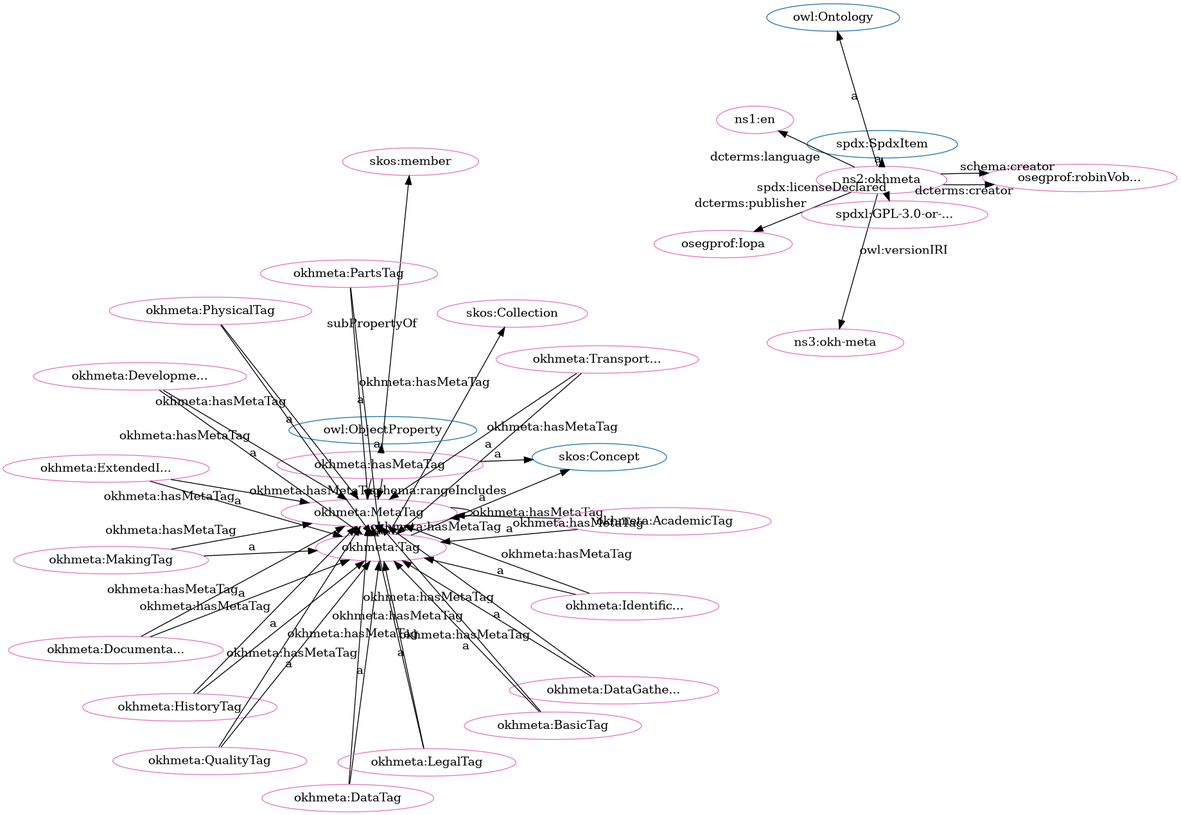
iop-alliance/OpenKnowHow keeps this Graphviz diagram as src/spec/fdp_okh-meta.png. Above is the earlier version. Its source is kept beside it as src/spec/fdp_okh-meta.dot.
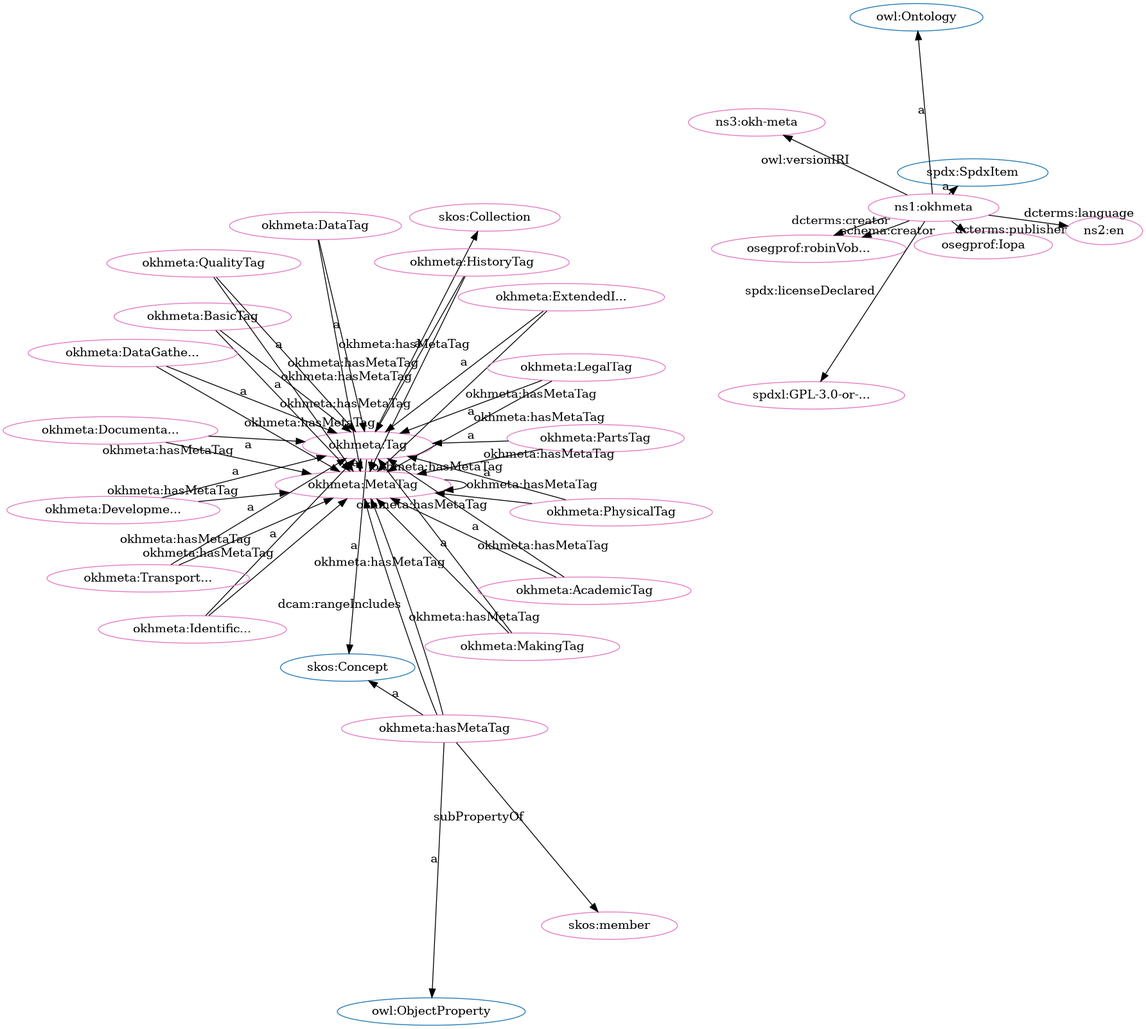
The same diagram one commit later.

The edit, as a diff of the source:
```diff
@@ -3,83 +3,82 @@
   node[height=.3]
 "http://www.w3.org/2002/07/owl#Ontology" [fillcolor="#1f77b4" color="#1f77b4" label="owl:Ontology"]
 "http://w3id.org/oseg/ont/okhmeta#Tag" [fillcolor="#1f77b4" color="#1f77b4" label="okhmeta:Tag"]
+"http://www.w3.org/2004/02/skos/core#Collection" [fillcolor="#1f77b4" color="#1f77b4" label="skos:Collection"]
 "http://www.w3.org/2004/02/skos/core#Concept" [fillcolor="#1f77b4" color="#1f77b4" label="skos:Concept"]
-"http://w3id.org/oseg/ont/okhmeta#MetaTag" [fillcolor="#1f77b4" color="#1f77b4" label="okhmeta:MetaTag"]
+"http://spdx.org/rdf/terms#SpdxItem" [fillcolor="#1f77b4" color="#1f77b4" label="spdx:SpdxItem"]
 "http://www.w3.org/2002/07/owl#ObjectProperty" [fillcolor="#1f77b4" color="#1f77b4" label="owl:ObjectProperty"]
-"http://spdx.org/rdf/terms#SpdxItem" [fillcolor="#1f77b4" color="#1f77b4" label="spdx:SpdxItem"]
-"http://www.w3.org/2004/02/skos/core#Collection" [fillcolor="#1f77b4" color="#1f77b4" label="skos:Collection"]
+"http://www.w3.org/2004/02/skos/core#Collection" [fillcolor="#e377c2" color="#e377c2" label="skos:Collection"]
+"http://w3id.org/oseg/ont/okhmeta#Tag" [fillcolor="#e377c2" color="#e377c2" label="okhmeta:Tag"]
+"http://w3id.org/oseg/ont/oseg-profiles#robinVobruba" [fillcolor="#e377c2" color="#e377c2" label="osegprof:robinVob..."]
+"http://w3id.org/oseg/ont/okhmeta#MetaTag" [fillcolor="#e377c2" color="#e377c2" label="okhmeta:MetaTag"]
+"http://w3id.org/oseg/ont/okhmeta#BasicTag" [fillcolor="#e377c2" color="#e377c2" label="okhmeta:BasicTag"]
+"http://w3id.org/oseg/ont/okhmeta#MakingTag" [fillcolor="#e377c2" color="#e377c2" label="okhmeta:MakingTag"]
+"http://w3id.org/oseg/ont/okhmeta#PhysicalTag" [fillcolor="#e377c2" color="#e377c2" label="okhmeta:PhysicalTag"]
+"http://w3id.org/oseg/ont/okhmeta#IdentificationTag" [fillcolor="#e377c2" color="#e377c2" label="okhmeta:Identific..."]
+"http://w3id.org/oseg/ont/okhmeta" [fillcolor="#e377c2" color="#e377c2" label="ns1:okhmeta"]
+"http://w3id.org/oseg/ont/okhmeta#hasMetaTag" [fillcolor="#e377c2" color="#e377c2" label="okhmeta:hasMetaTag"]
+"http://www.w3.org/2004/02/skos/core#member" [fillcolor="#e377c2" color="#e377c2" label="skos:member"]
+"http://w3id.org/oseg/ont/okhmeta#DataGatheringTag" [fillcolor="#e377c2" color="#e377c2" label="okhmeta:DataGathe..."]
 "http://w3id.org/oseg/ont/okhmeta#HistoryTag" [fillcolor="#e377c2" color="#e377c2" label="okhmeta:HistoryTag"]
-"http://w3id.org/oseg/ont/okhmeta#MetaTag" [fillcolor="#e377c2" color="#e377c2" label="okhmeta:MetaTag"]
-"http://www.w3.org/2004/02/skos/core#Collection" [fillcolor="#e377c2" color="#e377c2" label="skos:Collection"]
+"http://w3id.org/oseg/ont/okhmeta#DataTag" [fillcolor="#e377c2" color="#e377c2" label="okhmeta:DataTag"]
+"http://w3id.org/oseg/ont/okhmeta#PartsTag" [fillcolor="#e377c2" color="#e377c2" label="okhmeta:PartsTag"]
+"http://w3id.org/oseg/ont/okhmeta#DocumentationTag" [fillcolor="#e377c2" color="#e377c2" label="okhmeta:Documenta..."]
+"http://id.loc.gov/vocabulary/iso639-1/en" [fillcolor="#e377c2" color="#e377c2" label="ns2:en"]
+"http://w3id.org/oseg/ont/1.1.0/okh-meta" [fillcolor="#e377c2" color="#e377c2" label="ns3:okh-meta"]
+"http://w3id.org/oseg/ont/okhmeta#AcademicTag" [fillcolor="#e377c2" color="#e377c2" label="okhmeta:AcademicTag"]
+"http://spdx.org/licenses/GPL-3.0-or-later" [fillcolor="#e377c2" color="#e377c2" label="spdxl:GPL-3.0-or-..."]
+"http://w3id.org/oseg/ont/okhmeta#QualityTag" [fillcolor="#e377c2" color="#e377c2" label="okhmeta:QualityTag"]
 "http://w3id.org/oseg/ont/okhmeta#ExtendedInfoTag" [fillcolor="#e377c2" color="#e377c2" label="okhmeta:ExtendedI..."]
-"http://w3id.org/oseg/ont/okhmeta#Tag" [fillcolor="#e377c2" color="#e377c2" label="okhmeta:Tag"]
-"http://w3id.org/oseg/ont/okhmeta#hasMetaTag" [fillcolor="#e377c2" color="#e377c2" label="okhmeta:hasMetaTag"]
-"http://w3id.org/oseg/ont/okhmeta#DocumentationTag" [fillcolor="#e377c2" color="#e377c2" label="okhmeta:Documenta..."]
-"http://www.w3.org/2004/02/skos/core#member" [fillcolor="#e377c2" color="#e377c2" label="skos:member"]
-"http://w3id.org/oseg/ont/okhmeta#DataTag" [fillcolor="#e377c2" color="#e377c2" label="okhmeta:DataTag"]
+"http://w3id.org/oseg/ont/okhmeta#LegalTag" [fillcolor="#e377c2" color="#e377c2" label="okhmeta:LegalTag"]
 "http://w3id.org/oseg/ont/okhmeta#DevelopmentTag" [fillcolor="#e377c2" color="#e377c2" label="okhmeta:Developme..."]
 "http://w3id.org/oseg/ont/oseg-profiles#Iopa" [fillcolor="#e377c2" color="#e377c2" label="osegprof:Iopa"]
-"http://w3id.org/oseg/ont/okhmeta#LegalTag" [fillcolor="#e377c2" color="#e377c2" label="okhmeta:LegalTag"]
-"http://w3id.org/oseg/ont/okhmeta#DataGatheringTag" [fillcolor="#e377c2" color="#e377c2" label="okhmeta:DataGathe..."]
-"http://id.loc.gov/vocabulary/iso639-1/en" [fillcolor="#e377c2" color="#e377c2" label="ns1:en"]
 "http://w3id.org/oseg/ont/okhmeta#TransportationTag" [fillcolor="#e377c2" color="#e377c2" label="okhmeta:Transport..."]
-"http://w3id.org/oseg/ont/oseg-profiles#robinVobruba" [fillcolor="#e377c2" color="#e377c2" label="osegprof:robinVob..."]
-"http://w3id.org/oseg/ont/okhmeta" [fillcolor="#e377c2" color="#e377c2" label="ns2:okhmeta"]
-"http://w3id.org/oseg/ont/1.1.0/okh-meta" [fillcolor="#e377c2" color="#e377c2" label="ns3:okh-meta"]
-"http://w3id.org/oseg/ont/okhmeta#IdentificationTag" [fillcolor="#e377c2" color="#e377c2" label="okhmeta:Identific..."]
-"http://w3id.org/oseg/ont/okhmeta#MakingTag" [fillcolor="#e377c2" color="#e377c2" label="okhmeta:MakingTag"]
-"http://w3id.org/oseg/ont/okhmeta#AcademicTag" [fillcolor="#e377c2" color="#e377c2" label="okhmeta:AcademicTag"]
-"http://w3id.org/oseg/ont/okhmeta#PartsTag" [fillcolor="#e377c2" color="#e377c2" label="okhmeta:PartsTag"]
-"http://w3id.org/oseg/ont/okhmeta#PhysicalTag" [fillcolor="#e377c2" color="#e377c2" label="okhmeta:PhysicalTag"]
-"http://spdx.org/licenses/GPL-3.0-or-later" [fillcolor="#e377c2" color="#e377c2" label="spdxl:GPL-3.0-or-..."]
-"http://w3id.org/oseg/ont/okhmeta#BasicTag" [fillcolor="#e377c2" color="#e377c2" label="okhmeta:BasicTag"]
-"http://w3id.org/oseg/ont/okhmeta#QualityTag" [fillcolor="#e377c2" color="#e377c2" label="okhmeta:QualityTag"]
+  "http://w3id.org/oseg/ont/okhmeta#Tag" -> "http://www.w3.org/2004/02/skos/core#Collection" [label=""]
+  "http://w3id.org/oseg/ont/okhmeta#Tag" -> "http://www.w3.org/2004/02/skos/core#Concept" [label="a"]
+  "http://w3id.org/oseg/ont/okhmeta#MakingTag" -> "http://w3id.org/oseg/ont/okhmeta#MetaTag" [label="okhmeta:hasMetaTag"]
+  "http://w3id.org/oseg/ont/okhmeta#BasicTag" -> "http://w3id.org/oseg/ont/okhmeta#Tag" [label="a"]
+  "http://w3id.org/oseg/ont/okhmeta#AcademicTag" -> "http://w3id.org/oseg/ont/okhmeta#MetaTag" [label="okhmeta:hasMetaTag"]
+  "http://w3id.org/oseg/ont/okhmeta#PhysicalTag" -> "http://w3id.org/oseg/ont/okhmeta#Tag" [label="a"]
+  "http://w3id.org/oseg/ont/okhmeta#IdentificationTag" -> "http://w3id.org/oseg/ont/okhmeta#Tag" [label="a"]
+  "http://w3id.org/oseg/ont/okhmeta#hasMetaTag" -> "http://www.w3.org/2002/07/owl#ObjectProperty" [label="a"]
+  "http://w3id.org/oseg/ont/okhmeta#MetaTag" -> "http://w3id.org/oseg/ont/okhmeta#MetaTag" [label="okhmeta:hasMetaTag"]
+  "http://w3id.org/oseg/ont/okhmeta#LegalTag" -> "http://w3id.org/oseg/ont/okhmeta#MetaTag" [label="okhmeta:hasMetaTag"]
+  "http://w3id.org/oseg/ont/okhmeta#hasMetaTag" -> "http://www.w3.org/2004/02/skos/core#member" [label="subPropertyOf"]
+  "http://w3id.org/oseg/ont/okhmeta#DataTag" -> "http://w3id.org/oseg/ont/okhmeta#MetaTag" [label="okhmeta:hasMetaTag"]
   "http://w3id.org/oseg/ont/okhmeta#HistoryTag" -> "http://w3id.org/oseg/ont/okhmeta#Tag" [label="a"]
+  "http://w3id.org/oseg/ont/okhmeta#DataTag" -> "http://w3id.org/oseg/ont/okhmeta#Tag" [label="a"]
+  "http://w3id.org/oseg/ont/okhmeta#hasMetaTag" -> "http://w3id.org/oseg/ont/okhmeta#MetaTag" [label="dcam:rangeIncludes"]
+  "http://w3id.org/oseg/ont/okhmeta#DocumentationTag" -> "http://w3id.org/oseg/ont/okhmeta#MetaTag" [label="okhmeta:hasMetaTag"]
+  "http://w3id.org/oseg/ont/okhmeta#BasicTag" -> "http://w3id.org/oseg/ont/okhmeta#MetaTag" [label="okhmeta:hasMetaTag"]
+  "http://w3id.org/oseg/ont/okhmeta" -> "http://id.loc.gov/vocabulary/iso639-1/en" [label="dcterms:language"]
+  "http://w3id.org/oseg/ont/okhmeta#PhysicalTag" -> "http://w3id.org/oseg/ont/okhmeta#MetaTag" [label="okhmeta:hasMetaTag"]
+  "http://w3id.org/oseg/ont/okhmeta" -> "http://spdx.org/licenses/GPL-3.0-or-later" [label="spdx:licenseDeclared"]
+  "http://w3id.org/oseg/ont/okhmeta#QualityTag" -> "http://w3id.org/oseg/ont/okhmeta#MetaTag" [label="okhmeta:hasMetaTag"]
+  "http://w3id.org/oseg/ont/okhmeta#hasMetaTag" -> "http://www.w3.org/2004/02/skos/core#Concept" [label="a"]
+  "http://w3id.org/oseg/ont/okhmeta#ExtendedInfoTag" -> "http://w3id.org/oseg/ont/okhmeta#Tag" [label="a"]
+  "http://w3id.org/oseg/ont/okhmeta" -> "http://spdx.org/rdf/terms#SpdxItem" [label="a"]
+  "http://w3id.org/oseg/ont/okhmeta#LegalTag" -> "http://w3id.org/oseg/ont/okhmeta#Tag" [label="a"]
+  "http://w3id.org/oseg/ont/okhmeta#DevelopmentTag" -> "http://w3id.org/oseg/ont/okhmeta#Tag" [label="a"]
+  "http://w3id.org/oseg/ont/okhmeta#TransportationTag" -> "http://w3id.org/oseg/ont/okhmeta#MetaTag" [label="okhmeta:hasMetaTag"]
+  "http://w3id.org/oseg/ont/okhmeta" -> "http://w3id.org/oseg/ont/oseg-profiles#robinVobruba" [label="dcterms:creator"]
+  "http://w3id.org/oseg/ont/okhmeta#MakingTag" -> "http://w3id.org/oseg/ont/okhmeta#Tag" [label="a"]
   "http://w3id.org/oseg/ont/okhmeta#Tag" -> "http://w3id.org/oseg/ont/okhmeta#MetaTag" [label="okhmeta:hasMetaTag"]
-  "http://w3id.org/oseg/ont/okhmeta#Tag" -> "http://www.w3.org/2004/02/skos/core#Collection" [label=""]
-  "http://w3id.org/oseg/ont/okhmeta#IdentificationTag" -> "http://w3id.org/oseg/ont/okhmeta#MetaTag" [label="okhmeta:hasMetaTag"]
-  "http://w3id.org/oseg/ont/okhmeta#Tag" -> "http://www.w3.org/2004/02/skos/core#Concept" [label="a"]
-  "http://w3id.org/oseg/ont/okhmeta#hasMetaTag" -> "http://www.w3.org/2004/02/skos/core#Concept" [label="a"]
+  "http://w3id.org/oseg/ont/okhmeta" -> "http://www.w3.org/2002/07/owl#Ontology" [label="a"]
+  "http://w3id.org/oseg/ont/okhmeta#DataGatheringTag" -> "http://w3id.org/oseg/ont/okhmeta#MetaTag" [label="okhmeta:hasMetaTag"]
+  "http://w3id.org/oseg/ont/okhmeta" -> "http://w3id.org/oseg/ont/oseg-profiles#robinVobruba" [label="schema:creator"]
+  "http://w3id.org/oseg/ont/okhmeta#HistoryTag" -> "http://w3id.org/oseg/ont/okhmeta#MetaTag" [label="okhmeta:hasMetaTag"]
+  "http://w3id.org/oseg/ont/okhmeta#DataGatheringTag" -> "http://w3id.org/oseg/ont/okhmeta#Tag" [label="a"]
   "http://w3id.org/oseg/ont/okhmeta#DevelopmentTag" -> "http://w3id.org/oseg/ont/okhmeta#MetaTag" [label="okhmeta:hasMetaTag"]
-  "http://w3id.org/oseg/ont/okhmeta#DevelopmentTag" -> "http://w3id.org/oseg/ont/okhmeta#Tag" [label="a"]
-  "http://w3id.org/oseg/ont/okhmeta#LegalTag" -> "http://w3id.org/oseg/ont/okhmeta#Tag" [label="a"]
-  "http://w3id.org/oseg/ont/okhmeta#TransportationTag" -> "http://w3id.org/oseg/ont/okhmeta#Tag" [label="a"]
-  "http://w3id.org/oseg/ont/okhmeta#QualityTag" -> "http://w3id.org/oseg/ont/okhmeta#MetaTag" [label="okhmeta:hasMetaTag"]
-  "http://w3id.org/oseg/ont/okhmeta#hasMetaTag" -> "http://w3id.org/oseg/ont/okhmeta#MetaTag" [label="okhmeta:hasMetaTag"]
-  "http://w3id.org/oseg/ont/okhmeta" -> "http://www.w3.org/2002/07/owl#Ontology" [label="a"]
+  "http://w3id.org/oseg/ont/okhmeta#PartsTag" -> "http://w3id.org/oseg/ont/okhmeta#Tag" [label="a"]
+  "http://w3id.org/oseg/ont/okhmeta#DocumentationTag" -> "http://w3id.org/oseg/ont/okhmeta#Tag" [label="a"]
+  "http://w3id.org/oseg/ont/okhmeta" -> "http://w3id.org/oseg/ont/1.1.0/okh-meta" [label="owl:versionIRI"]
+  "http://w3id.org/oseg/ont/okhmeta#AcademicTag" -> "http://w3id.org/oseg/ont/okhmeta#Tag" [label="a"]
   "http://w3id.org/oseg/ont/okhmeta#ExtendedInfoTag" -> "http://w3id.org/oseg/ont/okhmeta#MetaTag" [label="okhmeta:hasMetaTag"]
-  "http://w3id.org/oseg/ont/okhmeta" -> "http://spdx.org/rdf/terms#SpdxItem" [label="a"]
-  "http://w3id.org/oseg/ont/okhmeta#IdentificationTag" -> "http://w3id.org/oseg/ont/okhmeta#Tag" [label="a"]
-  "http://w3id.org/oseg/ont/okhmeta#AcademicTag" -> "http://w3id.org/oseg/ont/okhmeta#MetaTag" [label="okhmeta:hasMetaTag"]
-  "http://w3id.org/oseg/ont/okhmeta#AcademicTag" -> "http://w3id.org/oseg/ont/okhmeta#Tag" [label="a"]
-  "http://w3id.org/oseg/ont/okhmeta#DataTag" -> "http://w3id.org/oseg/ont/okhmeta#MetaTag" [label="okhmeta:hasMetaTag"]
-  "http://w3id.org/oseg/ont/okhmeta#hasMetaTag" -> "http://www.w3.org/2002/07/owl#ObjectProperty" [label="a"]
-  "http://w3id.org/oseg/ont/okhmeta#DataGatheringTag" -> "http://w3id.org/oseg/ont/okhmeta#MetaTag" [label="okhmeta:hasMetaTag"]
-  "http://w3id.org/oseg/ont/okhmeta#MetaTag" -> "http://w3id.org/oseg/ont/okhmeta#MetaTag" [label="okhmeta:hasMetaTag"]
   "http://w3id.org/oseg/ont/okhmeta#QualityTag" -> "http://w3id.org/oseg/ont/okhmeta#Tag" [label="a"]
   "http://w3id.org/oseg/ont/okhmeta#MetaTag" -> "http://w3id.org/oseg/ont/okhmeta#Tag" [label="a"]
-  "http://w3id.org/oseg/ont/okhmeta#ExtendedInfoTag" -> "http://w3id.org/oseg/ont/okhmeta#Tag" [label="a"]
-  "http://w3id.org/oseg/ont/okhmeta#DocumentationTag" -> "http://w3id.org/oseg/ont/okhmeta#MetaTag" [label="okhmeta:hasMetaTag"]
-  "http://w3id.org/oseg/ont/okhmeta#DocumentationTag" -> "http://w3id.org/oseg/ont/okhmeta#Tag" [label="a"]
-  "http://w3id.org/oseg/ont/okhmeta#hasMetaTag" -> "http://www.w3.org/2004/02/skos/core#member" [label="subPropertyOf"]
-  "http://w3id.org/oseg/ont/okhmeta#DataTag" -> "http://w3id.org/oseg/ont/okhmeta#Tag" [label="a"]
+  "http://w3id.org/oseg/ont/okhmeta#PartsTag" -> "http://w3id.org/oseg/ont/okhmeta#MetaTag" [label="okhmeta:hasMetaTag"]
+  "http://w3id.org/oseg/ont/okhmeta#hasMetaTag" -> "http://w3id.org/oseg/ont/okhmeta#MetaTag" [label="okhmeta:hasMetaTag"]
   "http://w3id.org/oseg/ont/okhmeta" -> "http://w3id.org/oseg/ont/oseg-profiles#Iopa" [label="dcterms:publisher"]
-  "http://w3id.org/oseg/ont/okhmeta#PhysicalTag" -> "http://w3id.org/oseg/ont/okhmeta#MetaTag" [label="okhmeta:hasMetaTag"]
-  "http://w3id.org/oseg/ont/okhmeta#PartsTag" -> "http://w3id.org/oseg/ont/okhmeta#MetaTag" [label="okhmeta:hasMetaTag"]
-  "http://w3id.org/oseg/ont/okhmeta#DataGatheringTag" -> "http://w3id.org/oseg/ont/okhmeta#Tag" [label="a"]
-  "http://w3id.org/oseg/ont/okhmeta" -> "http://id.loc.gov/vocabulary/iso639-1/en" [label="dcterms:language"]
-  "http://w3id.org/oseg/ont/okhmeta#BasicTag" -> "http://w3id.org/oseg/ont/okhmeta#MetaTag" [label="okhmeta:hasMetaTag"]
-  "http://w3id.org/oseg/ont/okhmeta" -> "http://w3id.org/oseg/ont/oseg-profiles#robinVobruba" [label="schema:creator"]
-  "http://w3id.org/oseg/ont/okhmeta" -> "http://w3id.org/oseg/ont/oseg-profiles#robinVobruba" [label="dcterms:creator"]
-  "http://w3id.org/oseg/ont/okhmeta#hasMetaTag" -> "http://w3id.org/oseg/ont/okhmeta#MetaTag" [label="schema:rangeIncludes"]
-  "http://w3id.org/oseg/ont/okhmeta#MakingTag" -> "http://w3id.org/oseg/ont/okhmeta#MetaTag" [label="okhmeta:hasMetaTag"]
-  "http://w3id.org/oseg/ont/okhmeta" -> "http://w3id.org/oseg/ont/1.1.0/okh-meta" [label="owl:versionIRI"]
-  "http://w3id.org/oseg/ont/okhmeta#HistoryTag" -> "http://w3id.org/oseg/ont/okhmeta#MetaTag" [label="okhmeta:hasMetaTag"]
-  "http://w3id.org/oseg/ont/okhmeta#LegalTag" -> "http://w3id.org/oseg/ont/okhmeta#MetaTag" [label="okhmeta:hasMetaTag"]
-  "http://w3id.org/oseg/ont/okhmeta#PartsTag" -> "http://w3id.org/oseg/ont/okhmeta#Tag" [label="a"]
-  "http://w3id.org/oseg/ont/okhmeta#PhysicalTag" -> "http://w3id.org/oseg/ont/okhmeta#Tag" [label="a"]
-  "http://w3id.org/oseg/ont/okhmeta" -> "http://spdx.org/licenses/GPL-3.0-or-later" [label="spdx:licenseDeclared"]
-  "http://w3id.org/oseg/ont/okhmeta#BasicTag" -> "http://w3id.org/oseg/ont/okhmeta#Tag" [label="a"]
-  "http://w3id.org/oseg/ont/okhmeta#TransportationTag" -> "http://w3id.org/oseg/ont/okhmeta#MetaTag" [label="okhmeta:hasMetaTag"]
-  "http://w3id.org/oseg/ont/okhmeta#MakingTag" -> "http://w3id.org/oseg/ont/okhmeta#Tag" [label="a"]
+  "http://w3id.org/oseg/ont/okhmeta#IdentificationTag" -> "http://w3id.org/oseg/ont/okhmeta#MetaTag" [label="okhmeta:hasMetaTag"]
+  "http://w3id.org/oseg/ont/okhmeta#TransportationTag" -> "http://w3id.org/oseg/ont/okhmeta#Tag" [label="a"]
 }
```
